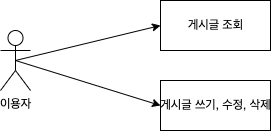
Above: document/Use Case.png in jangjh45/hanghae_Spring_Report (draw.io), before the change. Source tidied: cells renumbered, new cells last; positions are measured from the earlier drawing's top-left corner, leaving out a move shared by most shapes.
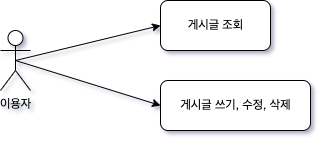
The same diagram one commit later.

Diff of the diagram source:
```diff
@@ -1,20 +1,20 @@
-<mxGraphModel>
+<mxGraphModel background="#ffffff" shadow="1">
   <root>
     <mxCell id="0" />
     <mxCell id="1" parent="0" />
-    <mxCell id="2" value="이용자" style="shape=umlActor;verticalLabelPosition=bottom;verticalAlign=top;html=1;" parent="1" vertex="1">
+    <mxCell id="2" value="이용자" style="shape=umlActor;verticalLabelPosition=bottom;verticalAlign=top;html=1;rounded=1;labelBackgroundColor=none;" parent="1" vertex="1">
       <mxGeometry y="30" width="30" height="60" as="geometry" />
     </mxCell>
-    <mxCell id="3" value="게시글 조회" style="html=1;" parent="1" vertex="1">
+    <mxCell id="3" value="게시글 조회" style="html=1;rounded=1;labelBackgroundColor=none;" parent="1" vertex="1">
       <mxGeometry x="160" width="110" height="50" as="geometry" />
     </mxCell>
-    <mxCell id="4" value="게시글 쓰기, 수정, 삭제" style="html=1;" parent="1" vertex="1">
-      <mxGeometry x="160" y="80" width="110" height="50" as="geometry" />
+    <mxCell id="4" value="게시글 쓰기, 수정, 삭제" style="html=1;rounded=1;labelBackgroundColor=none;" parent="1" vertex="1">
+      <mxGeometry x="160" y="80" width="150" height="50" as="geometry" />
     </mxCell>
-    <mxCell id="5" style="endArrow=classic;html=1;rounded=0;entryX=0;entryY=0.5;entryDx=0;entryDy=0;exitX=0.5;exitY=0.5;exitDx=0;exitDy=0;exitPerimeter=0;" parent="1" edge="1" source="2" target="3">
+    <mxCell id="5" style="endArrow=classic;html=1;rounded=1;entryX=0;entryY=0.5;entryDx=0;entryDy=0;exitX=0.5;exitY=0.5;exitDx=0;exitDy=0;exitPerimeter=0;labelBackgroundColor=none;fontColor=default;" parent="1" edge="1" source="2" target="3">
       <mxGeometry relative="1" as="geometry" />
     </mxCell>
-    <mxCell id="6" style="endArrow=classic;html=1;rounded=0;entryX=0;entryY=0.5;entryDx=0;entryDy=0;exitX=0.5;exitY=0.5;exitDx=0;exitDy=0;exitPerimeter=0;" parent="1" edge="1" source="2" target="4">
+    <mxCell id="6" style="endArrow=classic;html=1;rounded=1;entryX=0;entryY=0.5;entryDx=0;entryDy=0;exitX=0.5;exitY=0.5;exitDx=0;exitDy=0;exitPerimeter=0;labelBackgroundColor=none;fontColor=default;" parent="1" edge="1" source="2" target="4">
       <mxGeometry relative="1" as="geometry" />
     </mxCell>
   </root>
```
